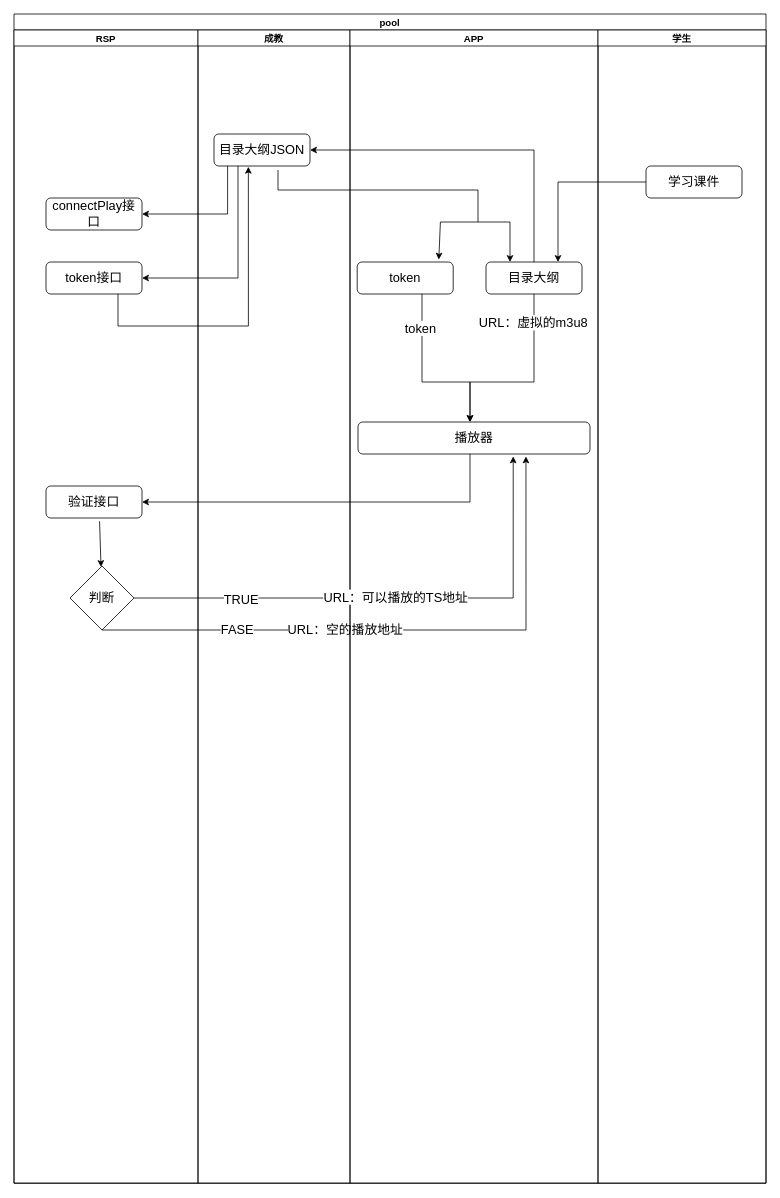
liujx2005/liujx2005 keeps this draw.io diagram as page "中心化后" (2 of 2) of Untitled Diagram.drawio. Above is the earlier version. Source tidied: cells renumbered, new cells numbered last; positions are measured from the earlier drawing's top-left corner, leaving out a move shared by most shapes. Both pictures are drawn from the tidied source at 80%, with x=0, y=0 at pixel (14, 14).
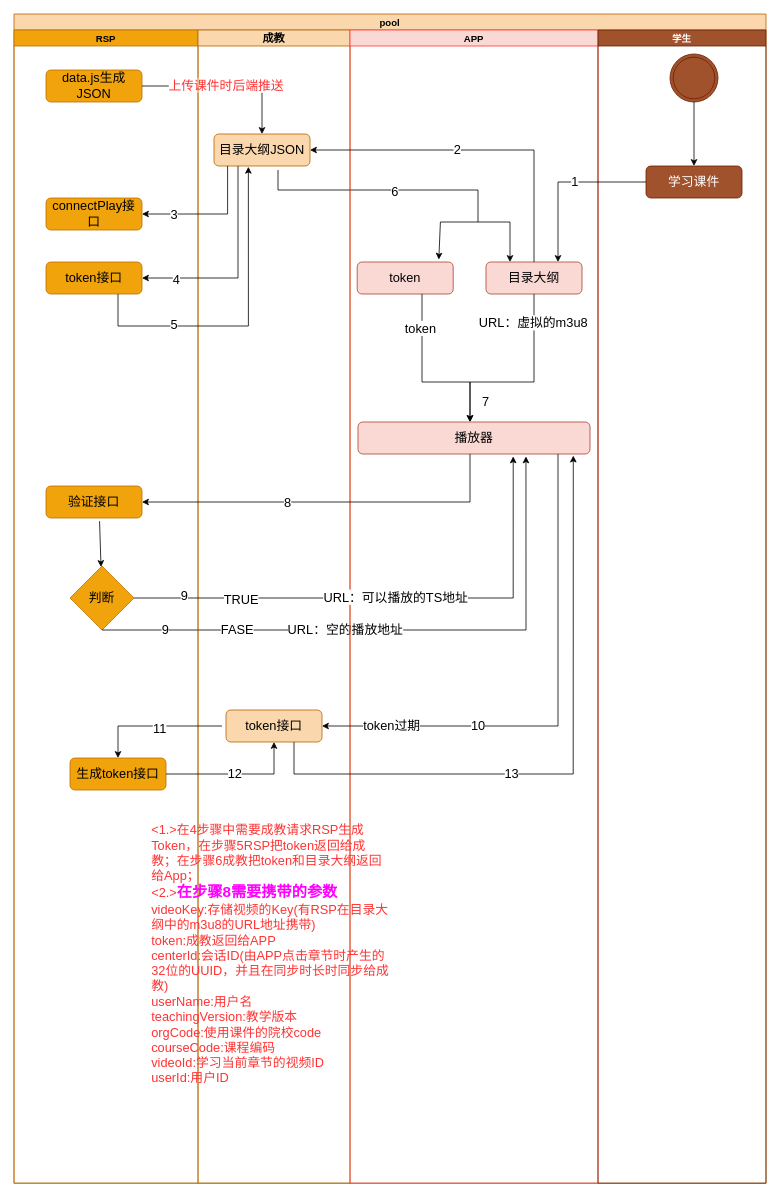
The same diagram, later.

Unchanged cells that the change refers to:
```xml
<mxCell id="9" style="endArrow=classic;html=1;rounded=0;fontSize=16;fontColor=#FF3333;entryX=0.724;entryY=1.075;entryDx=0;entryDy=0;entryPerimeter=0;" parent="3" edge="1" target="19">
  <mxGeometry relative="1" as="geometry">
    <mxPoint x="110" y="750" as="sourcePoint" />
    <Array as="points">
      <mxPoint x="640" y="750" />
    </Array>
  </mxGeometry>
</mxCell>
<mxCell id="14" style="endArrow=classic;html=1;rounded=0;fontSize=16;fontColor=#FF3333;entryX=0.85;entryY=-0.075;entryDx=0;entryDy=0;entryPerimeter=0;" parent="12" edge="1" target="20">
  <mxGeometry relative="1" as="geometry">
    <mxPoint x="100" y="175" as="sourcePoint" />
    <Array as="points">
      <mxPoint x="100" y="200" />
      <mxPoint x="350" y="200" />
      <mxPoint x="350" y="240" />
      <mxPoint x="303" y="240" />
    </Array>
  </mxGeometry>
</mxCell>
<mxCell id="15" style="endArrow=classic;html=1;rounded=0;fontSize=16;entryX=1;entryY=0.5;entryDx=0;entryDy=0;" parent="2" edge="1" target="4">
  <mxGeometry relative="1" as="geometry">
    <mxPoint x="267" y="190" as="sourcePoint" />
    <Array as="points">
      <mxPoint x="267" y="250" />
    </Array>
  </mxGeometry>
</mxCell>
<mxCell id="16" style="endArrow=classic;html=1;rounded=0;fontSize=16;exitX=0.25;exitY=1;exitDx=0;exitDy=0;entryX=1;entryY=0.5;entryDx=0;entryDy=0;" parent="2" edge="1" source="13" target="5">
  <mxGeometry relative="1" as="geometry">
    <Array as="points">
      <mxPoint x="280" y="330" />
    </Array>
  </mxGeometry>
</mxCell>
<mxCell id="26" style="endArrow=classic;html=1;rounded=0;fontSize=16;fontColor=#FF3333;entryX=1;entryY=0.5;entryDx=0;entryDy=0;" parent="17" edge="1" target="6">
  <mxGeometry relative="1" as="geometry">
    <mxPoint x="150" y="530" as="sourcePoint" />
    <Array as="points">
      <mxPoint x="150" y="590" />
    </Array>
  </mxGeometry>
</mxCell>
<mxCell id="29" style="endArrow=classic;html=1;rounded=0;fontSize=16;fontColor=#FF3333;entryX=0.75;entryY=0;entryDx=0;entryDy=0;" parent="27" edge="1" target="18">
  <mxGeometry relative="1" as="geometry">
    <mxPoint x="60" y="190" as="sourcePoint" />
    <Array as="points">
      <mxPoint x="-50" y="190" />
    </Array>
  </mxGeometry>
</mxCell>
<mxCell id="30" style="endArrow=classic;html=1;rounded=0;fontSize=16;fontColor=#FF3333;entryX=1;entryY=0.5;entryDx=0;entryDy=0;" parent="27" edge="1" target="13">
  <mxGeometry relative="1" as="geometry">
    <mxPoint x="-80" y="290" as="sourcePoint" />
    <Array as="points">
      <mxPoint x="-80" y="150" />
    </Array>
  </mxGeometry>
</mxCell>
<mxCell id="31" style="endArrow=classic;html=1;rounded=0;fontSize=16;fontColor=#FF3333;exitX=0.75;exitY=1;exitDx=0;exitDy=0;entryX=0.358;entryY=1.025;entryDx=0;entryDy=0;entryPerimeter=0;" parent="2" edge="1" source="5" target="13">
  <mxGeometry relative="1" as="geometry">
    <Array as="points">
      <mxPoint x="130" y="390" />
      <mxPoint x="293" y="390" />
    </Array>
  </mxGeometry>
</mxCell>
<mxCell id="32" style="endArrow=classic;html=1;rounded=0;fontSize=16;fontColor=#FF3333;entryX=0.669;entryY=1.075;entryDx=0;entryDy=0;entryPerimeter=0;exitX=1;exitY=0.5;exitDx=0;exitDy=0;" parent="2" edge="1" source="7" target="19">
  <mxGeometry relative="1" as="geometry">
    <Array as="points">
      <mxPoint x="624" y="730" />
    </Array>
  </mxGeometry>
</mxCell>
```

What changed in the source:
```diff
@@
-    <mxCell id="2" value="pool" style="swimlane;startSize=20;" parent="1" vertex="1">
+    <mxCell id="2" value="pool" style="swimlane;startSize=20;fillColor=#fad7ac;strokeColor=#b46504;" parent="1" vertex="1">
       <mxGeometry width="940" height="1461.5" as="geometry" />
     </mxCell>
-    <mxCell id="3" value="RSP" style="swimlane;startSize=20;" parent="2" vertex="1">
+    <mxCell id="3" value="RSP" style="swimlane;startSize=20;fillColor=#f0a30a;fontColor=#000000;strokeColor=#BD7000;" parent="2" vertex="1">
       <mxGeometry y="20" width="230" height="1441.5" as="geometry" />
     </mxCell>
-    <mxCell id="4" value="connectPlay接口" style="rounded=1;whiteSpace=wrap;html=1;fontSize=16;" parent="3" vertex="1">
+    <mxCell id="4" value="connectPlay接口" style="rounded=1;whiteSpace=wrap;html=1;fontSize=16;fillColor=#f0a30a;strokeColor=#BD7000;fontColor=#000000;" parent="3" vertex="1">
       <mxGeometry x="40" y="210" width="120" height="40" as="geometry" />
     </mxCell>
-    <mxCell id="5" value="token接口" style="rounded=1;whiteSpace=wrap;html=1;fontSize=16;" parent="3" vertex="1">
+    <mxCell id="5" value="token接口" style="rounded=1;whiteSpace=wrap;html=1;fontSize=16;fillColor=#f0a30a;strokeColor=#BD7000;fontColor=#000000;" parent="3" vertex="1">
       <mxGeometry x="40" y="290" width="120" height="40" as="geometry" />
     </mxCell>
-    <mxCell id="6" value="验证接口" style="rounded=1;whiteSpace=wrap;html=1;fontSize=16;fontColor=#000000;" parent="3" vertex="1">
+    <mxCell id="6" value="验证接口" style="rounded=1;whiteSpace=wrap;html=1;fontSize=16;fillColor=#f0a30a;strokeColor=#BD7000;fontColor=#000000;" parent="3" vertex="1">
       <mxGeometry x="40" y="570" width="120" height="40" as="geometry" />
     </mxCell>
-    <mxCell id="7" value="判断" style="rhombus;whiteSpace=wrap;html=1;fontSize=16;fontColor=#000000;" parent="3" vertex="1">
+    <mxCell id="7" value="判断" style="rhombus;whiteSpace=wrap;html=1;fontSize=16;fillColor=#f0a30a;strokeColor=#BD7000;fontColor=#000000;" parent="3" vertex="1">
       <mxGeometry x="70" y="670" width="80" height="80" as="geometry" />
     </mxCell>
@@
+    <mxCell id="35" value="9" style="edgeLabel;html=1;align=center;verticalAlign=middle;fontSize=16;" parent="9" vertex="1">
+      <mxGeometry x="-0.79" y="2" relative="1" as="geometry" />
+    </mxCell>
+    <mxCell id="36" value="生成token接口" style="rounded=1;whiteSpace=wrap;html=1;fontSize=16;fillColor=#f0a30a;strokeColor=#BD7000;fontColor=#000000;" parent="3" vertex="1">
+      <mxGeometry x="70" y="910" width="120" height="40" as="geometry" />
+    </mxCell>
+    <mxCell id="37" value="data.js生成JSON" style="rounded=1;whiteSpace=wrap;html=1;fontSize=16;fillColor=#f0a30a;strokeColor=#BD7000;fontColor=#000000;" parent="3" vertex="1">
+      <mxGeometry x="40" y="50" width="120" height="40" as="geometry" />
+    </mxCell>
+    <mxCell id="38" style="endArrow=classic;html=1;rounded=0;fontSize=16;entryX=0.5;entryY=0;entryDx=0;entryDy=0;" parent="3" edge="1" target="13">
+      <mxGeometry relative="1" as="geometry">
+        <mxPoint x="160" y="70" as="sourcePoint" />
+        <Array as="points">
+          <mxPoint x="310" y="70" />
+        </Array>
+      </mxGeometry>
+    </mxCell>
+    <mxCell id="39" value="&lt;font color=&quot;#ff3333&quot;&gt;上传课件时后端推送&lt;/font&gt;" style="edgeLabel;html=1;align=center;verticalAlign=middle;fontSize=16;" parent="38" vertex="1">
+      <mxGeometry x="-0.01" y="2" relative="1" as="geometry" />
+    </mxCell>
-    <mxCell id="12" value="成教" style="swimlane;startSize=20;" parent="2" vertex="1">
+    <mxCell id="12" value="成教" style="swimlane;startSize=20;fontSize=14;fillColor=#fad7ac;strokeColor=#b46504;" parent="2" vertex="1">
       <mxGeometry x="230" y="20" width="190" height="1441.5" as="geometry" />
     </mxCell>
-    <mxCell id="13" value="目录大纲JSON" style="rounded=1;whiteSpace=wrap;html=1;fontSize=16;" parent="12" vertex="1">
+    <mxCell id="13" value="目录大纲JSON" style="rounded=1;whiteSpace=wrap;html=1;fontSize=16;fillColor=#fad7ac;strokeColor=#b46504;" parent="12" vertex="1">
       <mxGeometry x="20" y="130" width="120" height="40" as="geometry" />
     </mxCell>
@@
+    <mxCell id="40" value="6" style="edgeLabel;html=1;align=center;verticalAlign=middle;fontSize=16;" parent="14" vertex="1">
+      <mxGeometry x="-0.17" y="-1" relative="1" as="geometry" />
+    </mxCell>
+    <mxCell id="41" value="token接口" style="rounded=1;whiteSpace=wrap;html=1;fontSize=16;fillColor=#fad7ac;strokeColor=#b46504;" parent="12" vertex="1">
+      <mxGeometry x="35" y="850" width="120" height="40" as="geometry" />
+    </mxCell>
+    <mxCell id="42" style="endArrow=classic;html=1;rounded=0;fontSize=16;entryX=0.5;entryY=0;entryDx=0;entryDy=0;" parent="12" edge="1" target="36">
+      <mxGeometry relative="1" as="geometry">
+        <mxPoint x="30" y="870" as="sourcePoint" />
+        <Array as="points">
+          <mxPoint x="-100" y="870" />
+        </Array>
+      </mxGeometry>
+    </mxCell>
+    <mxCell id="43" value="11" style="edgeLabel;html=1;align=center;verticalAlign=middle;fontSize=16;" parent="42" vertex="1">
+      <mxGeometry x="-0.07" y="2" relative="1" as="geometry" />
+    </mxCell>
+    <mxCell id="44" style="endArrow=classic;html=1;rounded=0;fontSize=16;entryX=0.5;entryY=1;entryDx=0;entryDy=0;" parent="12" edge="1" target="41">
+      <mxGeometry relative="1" as="geometry">
+        <mxPoint x="-40" y="930" as="sourcePoint" />
+        <Array as="points">
+          <mxPoint x="95" y="930" />
+        </Array>
+      </mxGeometry>
+    </mxCell>
+    <mxCell id="45" value="12" style="edgeLabel;html=1;align=center;verticalAlign=middle;fontSize=16;" parent="44" vertex="1">
+      <mxGeometry x="-0.03" y="1" relative="1" as="geometry" />
+    </mxCell>
@@
+    <mxCell id="46" value="3" style="edgeLabel;html=1;align=center;verticalAlign=middle;fontSize=16;" parent="15" vertex="1">
+      <mxGeometry x="0.53" relative="1" as="geometry" />
+    </mxCell>
@@
+    <mxCell id="47" value="4" style="edgeLabel;html=1;align=center;verticalAlign=middle;fontSize=16;" parent="16" vertex="1">
+      <mxGeometry x="0.68" y="1" relative="1" as="geometry" />
+    </mxCell>
-    <mxCell id="17" value="APP" style="swimlane;startSize=20;" parent="2" vertex="1">
+    <mxCell id="17" value="APP" style="swimlane;startSize=20;fillColor=#fad9d5;strokeColor=#FF3333;" parent="2" vertex="1">
       <mxGeometry x="420" y="20" width="310" height="1441.5" as="geometry" />
     </mxCell>
-    <mxCell id="18" value="目录大纲" style="rounded=1;whiteSpace=wrap;html=1;fontSize=16;" parent="17" vertex="1">
+    <mxCell id="18" value="目录大纲" style="rounded=1;whiteSpace=wrap;html=1;fontSize=16;fillColor=#fad9d5;strokeColor=#ae4132;" parent="17" vertex="1">
       <mxGeometry x="170" y="290" width="120" height="40" as="geometry" />
     </mxCell>
-    <mxCell id="19" value="播放器" style="rounded=1;whiteSpace=wrap;html=1;fontSize=16;" parent="17" vertex="1">
+    <mxCell id="19" value="播放器" style="rounded=1;whiteSpace=wrap;html=1;fontSize=16;fillColor=#fad9d5;strokeColor=#ae4132;" parent="17" vertex="1">
       <mxGeometry x="10" y="490" width="290" height="40" as="geometry" />
     </mxCell>
-    <mxCell id="20" value="token" style="rounded=1;whiteSpace=wrap;html=1;fontSize=16;" parent="17" vertex="1">
+    <mxCell id="20" value="token" style="rounded=1;whiteSpace=wrap;html=1;fontSize=16;fillColor=#fad9d5;strokeColor=#ae4132;" parent="17" vertex="1">
       <mxGeometry x="9" y="290" width="120" height="40" as="geometry" />
     </mxCell>
@@
+    <mxCell id="48" value="8" style="edgeLabel;html=1;align=center;verticalAlign=middle;fontSize=16;" parent="26" vertex="1">
+      <mxGeometry x="0.23" relative="1" as="geometry" />
+    </mxCell>
+    <mxCell id="49" style="endArrow=classic;html=1;rounded=0;entryX=1;entryY=0.5;entryDx=0;entryDy=0;fontSize=16;" parent="17" edge="1" target="41">
+      <mxGeometry relative="1" as="geometry">
+        <mxPoint x="260" y="530" as="sourcePoint" />
+        <Array as="points">
+          <mxPoint x="260" y="870" />
+        </Array>
+      </mxGeometry>
+    </mxCell>
+    <mxCell id="50" value="token过期" style="edgeLabel;html=1;align=center;verticalAlign=middle;fontSize=16;" parent="49" vertex="1">
+      <mxGeometry x="0.73" y="-1" relative="1" as="geometry" />
+    </mxCell>
+    <mxCell id="51" value="10" style="edgeLabel;html=1;align=center;verticalAlign=middle;fontSize=16;" parent="49" vertex="1">
+      <mxGeometry x="0.39" y="-2" relative="1" as="geometry" />
+    </mxCell>
+    <mxCell id="52" value="7" style="text;html=1;strokeColor=none;fillColor=none;align=center;verticalAlign=middle;whiteSpace=wrap;rounded=0;fontSize=16;" parent="17" vertex="1">
+      <mxGeometry x="140" y="450" width="60" height="30" as="geometry" />
+    </mxCell>
-    <mxCell id="27" value="学生" style="swimlane;startSize=20;" parent="2" vertex="1">
+    <mxCell id="27" value="学生" style="swimlane;startSize=20;fillColor=#a0522d;fontColor=#ffffff;strokeColor=#6D1F00;" parent="2" vertex="1">
       <mxGeometry x="730" y="20" width="210" height="1441.5" as="geometry" />
     </mxCell>
-    <mxCell id="28" value="学习课件" style="rounded=1;whiteSpace=wrap;html=1;fontSize=16;" parent="27" vertex="1">
+    <mxCell id="28" value="学习课件" style="rounded=1;whiteSpace=wrap;html=1;fontSize=16;fillColor=#a0522d;fontColor=#ffffff;strokeColor=#6D1F00;" parent="27" vertex="1">
       <mxGeometry x="60" y="170" width="120" height="40" as="geometry" />
     </mxCell>
@@
+    <mxCell id="53" value="1" style="edgeLabel;html=1;align=center;verticalAlign=middle;fontSize=16;" parent="29" vertex="1">
+      <mxGeometry x="-0.14" y="-1" relative="1" as="geometry" />
+    </mxCell>
@@
+    <mxCell id="54" value="2" style="edgeLabel;html=1;align=center;verticalAlign=middle;fontSize=16;" parent="30" vertex="1">
+      <mxGeometry x="0.13" y="-2" relative="1" as="geometry" />
+    </mxCell>
+    <mxCell id="55" style="ellipse;shape=doubleEllipse;whiteSpace=wrap;html=1;fontSize=16;fillColor=#a0522d;fontColor=#ffffff;strokeColor=#6D1F00;" parent="27" vertex="1">
+      <mxGeometry x="90" y="30" width="60" height="60" as="geometry" />
+    </mxCell>
+    <mxCell id="56" style="endArrow=classic;html=1;rounded=0;fontSize=16;entryX=0.5;entryY=0;entryDx=0;entryDy=0;" parent="27" edge="1" target="28">
+      <mxGeometry relative="1" as="geometry">
+        <mxPoint x="120" y="90" as="sourcePoint" />
+      </mxGeometry>
+    </mxCell>
@@
+    <mxCell id="57" value="5" style="edgeLabel;html=1;align=center;verticalAlign=middle;fontSize=16;" parent="31" vertex="1">
+      <mxGeometry x="-0.46" y="3" relative="1" as="geometry" />
+    </mxCell>
@@
+    <mxCell id="58" value="9" style="edgeLabel;html=1;align=center;verticalAlign=middle;fontSize=16;" parent="32" vertex="1">
+      <mxGeometry x="-0.81" y="4" relative="1" as="geometry" />
+    </mxCell>
+    <mxCell id="59" style="endArrow=classic;html=1;rounded=0;fontSize=16;entryX=0.928;entryY=1.05;entryDx=0;entryDy=0;entryPerimeter=0;" parent="2" edge="1" target="19">
+      <mxGeometry relative="1" as="geometry">
+        <mxPoint x="350" y="910" as="sourcePoint" />
+        <Array as="points">
+          <mxPoint x="350" y="950" />
+          <mxPoint x="699" y="950" />
+        </Array>
+      </mxGeometry>
+    </mxCell>
+    <mxCell id="60" value="13" style="edgeLabel;html=1;align=center;verticalAlign=middle;fontSize=16;" parent="59" vertex="1">
+      <mxGeometry x="-0.21" y="2" relative="1" as="geometry" />
+    </mxCell>
+    <mxCell id="61" value="&lt;div&gt;&lt;font color=&quot;#ff3333&quot;&gt;&amp;lt;1.&amp;gt;在4步骤中需要成教请求RSP生成Token，在步骤5RSP把token返回给成教；在步骤6成教把token和目录大纲返回给App；&lt;/font&gt;&lt;/div&gt;&lt;div&gt;&lt;font color=&quot;#ff3333&quot;&gt;&amp;lt;2.&amp;gt;&lt;/font&gt;&lt;b&gt;&lt;font color=&quot;#ff00ff&quot; style=&quot;font-size: 19px&quot;&gt;在步骤8需要携带的参数&lt;/font&gt;&lt;/b&gt;&lt;/div&gt;&lt;div&gt;&lt;span style=&quot;color: rgb(255 , 51 , 51)&quot;&gt;videoKey:存储视频的Key(有RSP在目录大纲中的m3u8的URL地址携带)&lt;/span&gt;&lt;/div&gt;&lt;div&gt;&lt;font color=&quot;#ff3333&quot;&gt;token:成教返回给APP&lt;/font&gt;&lt;/div&gt;&lt;div&gt;&lt;font color=&quot;#ff3333&quot;&gt;centerId:会话ID(由APP点击章节时产生的32位的UUID，并且在同步时长时同步给成教)&lt;/font&gt;&lt;/div&gt;&lt;div&gt;&lt;font color=&quot;#ff3333&quot;&gt;userName:用户名&lt;/font&gt;&lt;/div&gt;&lt;div&gt;&lt;font color=&quot;#ff3333&quot;&gt;teachingVersion:教学版本&lt;/font&gt;&lt;/div&gt;&lt;div&gt;&lt;font color=&quot;#ff3333&quot;&gt;orgCode:使用课件的院校code&lt;/font&gt;&lt;/div&gt;&lt;div&gt;&lt;font color=&quot;#ff3333&quot;&gt;courseCode:课程编码&lt;/font&gt;&lt;/div&gt;&lt;div&gt;&lt;font color=&quot;#ff3333&quot;&gt;videoId:学习当前章节的视频ID&lt;/font&gt;&lt;/div&gt;&lt;div&gt;&lt;font color=&quot;#ff3333&quot;&gt;userId:用户ID&lt;br&gt;&lt;/font&gt;&lt;/div&gt;" style="text;html=1;strokeColor=none;fillColor=none;align=left;verticalAlign=middle;whiteSpace=wrap;rounded=0;fontSize=16;" parent="1" vertex="1">
+      <mxGeometry x="170" y="1120" width="300" height="110" as="geometry" />
+    </mxCell>
```
